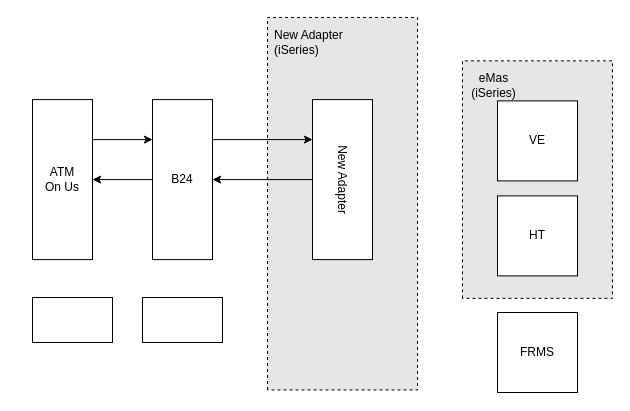
Above: Untitled Diagram.drawio in billyzard/hello-world (draw.io), before the change. Source tidied: cells renumbered, new cells numbered last; positions are measured from the earlier drawing's top-left corner, leaving out a move shared by most shapes. Both pictures are drawn from the tidied source at 100%, with x=0, y=0 at pixel (-18, 32).
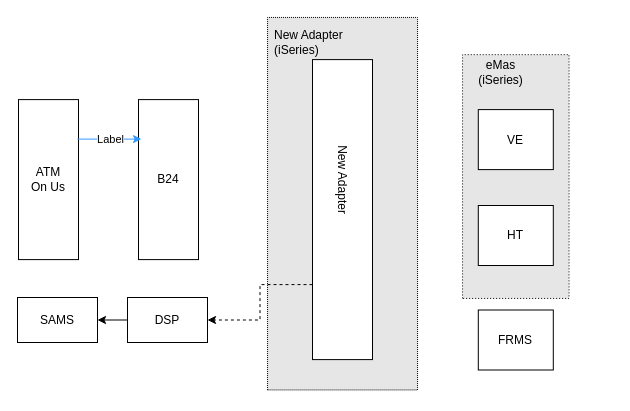
After the change.

Change to the diagram source:
```diff
@@
-    <mxCell id="2" style="rounded=0;whiteSpace=wrap;html=1;dashed=1;rotation=-90;fillColor=#E6E6E6;" parent="1" vertex="1">
+    <mxCell id="2" style="rounded=0;whiteSpace=wrap;html=1;dashed=1;rotation=-90;fillColor=#E6E6E6;dashPattern=1 1;" parent="1" vertex="1">
       <mxGeometry x="173.8" y="96.2" width="372.5" height="150" as="geometry" />
     </mxCell>
+    <mxCell id="4" style="rounded=0;whiteSpace=wrap;html=1;dashed=1;rotation=-90;fillColor=#E6E6E6;dashPattern=1 2;" parent="1" vertex="1">
+      <mxGeometry x="411.4" y="90.8" width="243.8" height="106.5" as="geometry" />
+    </mxCell>
@@
-    <mxCell id="4" style="rounded=0;whiteSpace=wrap;html=1;dashed=1;rotation=-90;fillColor=#E6E6E6;" parent="1" vertex="1">
-      <mxGeometry x="436.2" y="72.1" width="237.5" height="150" as="geometry" />
-    </mxCell>
-    <mxCell id="5" style="whiteSpace=wrap;html=1;" parent="1" vertex="1">
-      <mxGeometry x="515" y="68.4" width="80" height="80" as="geometry" />
-    </mxCell>
-    <mxCell id="6" style="whiteSpace=wrap;html=1;" parent="1" vertex="1">
-      <mxGeometry x="515" y="163.4" width="80" height="80" as="geometry" />
-    </mxCell>
-    <mxCell id="7" value="VE" style="text;html=1;strokeColor=none;fillColor=none;align=center;verticalAlign=middle;whiteSpace=wrap;rounded=0;" parent="1" vertex="1">
-      <mxGeometry x="535" y="98.4" width="40" height="20" as="geometry" />
-    </mxCell>
-    <mxCell id="8" value="HT" style="text;html=1;strokeColor=none;fillColor=none;align=center;verticalAlign=middle;whiteSpace=wrap;rounded=0;" parent="1" vertex="1">
-      <mxGeometry x="535" y="193.4" width="40" height="20" as="geometry" />
-    </mxCell>
     <mxCell id="9" value="eMas&lt;br&gt;(iSeries)" style="text;html=1;strokeColor=none;fillColor=none;align=center;verticalAlign=middle;whiteSpace=wrap;rounded=0;" parent="1" vertex="1">
-      <mxGeometry x="483.4" y="43.4" width="56.6" height="20" as="geometry" />
+      <mxGeometry x="489.6" y="30" width="56.6" height="20" as="geometry" />
     </mxCell>
-    <mxCell id="10" style="whiteSpace=wrap;html=1;" parent="1" vertex="1">
-      <mxGeometry x="515" y="280" width="80" height="80" as="geometry" />
-    </mxCell>
-    <mxCell id="11" value="FRMS" style="text;html=1;strokeColor=none;fillColor=none;align=center;verticalAlign=middle;whiteSpace=wrap;rounded=0;" parent="1" vertex="1">
-      <mxGeometry x="535" y="310" width="40" height="20" as="geometry" />
-    </mxCell>
-    <mxCell id="12" style="edgeStyle=orthogonalEdgeStyle;rounded=0;jettySize=auto;html=1;exitX=0.75;exitY=1;exitDx=0;exitDy=0;entryX=0.75;entryY=0;entryDx=0;entryDy=0;" parent="1" edge="1" source="13" target="16">
-      <mxGeometry relative="1" as="geometry" />
-    </mxCell>
     <mxCell id="13" style="rounded=0;whiteSpace=wrap;html=1;rotation=-90;" parent="1" vertex="1">
-      <mxGeometry y="117.1" width="160" height="60" as="geometry" />
+      <mxGeometry x="-14" y="117.1" width="160" height="60" as="geometry" />
     </mxCell>
-    <mxCell id="14" style="edgeStyle=orthogonalEdgeStyle;rounded=0;jettySize=auto;html=1;entryX=0.5;entryY=1;entryDx=0;entryDy=0;" parent="1" edge="1" source="16" target="13">
-      <mxGeometry relative="1" as="geometry" />
-    </mxCell>
-    <mxCell id="15" style="edgeStyle=orthogonalEdgeStyle;rounded=0;jettySize=auto;html=1;exitX=0.75;exitY=1;exitDx=0;exitDy=0;entryX=0.75;entryY=0;entryDx=0;entryDy=0;" parent="1" edge="1" source="16" target="22">
-      <mxGeometry relative="1" as="geometry" />
-    </mxCell>
     <mxCell id="16" style="rounded=0;whiteSpace=wrap;html=1;rotation=-90;" parent="1" vertex="1">
-      <mxGeometry x="120" y="117.1" width="160" height="60" as="geometry" />
+      <mxGeometry x="106" y="117.1" width="160" height="60" as="geometry" />
     </mxCell>
     <mxCell id="17" style="rounded=0;whiteSpace=wrap;html=1;" parent="1" vertex="1">
-      <mxGeometry x="50" y="265" width="80" height="45" as="geometry" />
+      <mxGeometry x="35" y="265" width="80" height="45" as="geometry" />
     </mxCell>
+    <mxCell id="24" style="edgeStyle=orthogonalEdgeStyle;rounded=0;jettySize=auto;html=1;exitX=0;exitY=0.5;exitDx=0;exitDy=0;entryX=1;entryY=0.5;entryDx=0;entryDy=0;" parent="1" edge="1" source="18" target="17">
+      <mxGeometry relative="1" as="geometry" />
+    </mxCell>
     <mxCell id="18" style="rounded=0;whiteSpace=wrap;html=1;" parent="1" vertex="1">
-      <mxGeometry x="160" y="265" width="80" height="45" as="geometry" />
+      <mxGeometry x="145" y="265" width="80" height="45" as="geometry" />
     </mxCell>
     <mxCell id="19" value="ATM&lt;br&gt;On Us" style="text;html=1;strokeColor=none;fillColor=none;align=center;verticalAlign=middle;whiteSpace=wrap;rounded=0;" parent="1" vertex="1">
-      <mxGeometry x="60" y="137.1" width="40" height="20" as="geometry" />
+      <mxGeometry x="46" y="137.1" width="40" height="20" as="geometry" />
     </mxCell>
     <mxCell id="20" value="B24" style="text;html=1;strokeColor=none;fillColor=none;align=center;verticalAlign=middle;whiteSpace=wrap;rounded=0;" parent="1" vertex="1">
-      <mxGeometry x="180" y="137.1" width="40" height="20" as="geometry" />
+      <mxGeometry x="166" y="137.1" width="40" height="20" as="geometry" />
     </mxCell>
-    <mxCell id="21" style="edgeStyle=orthogonalEdgeStyle;rounded=0;jettySize=auto;html=1;entryX=0.5;entryY=1;entryDx=0;entryDy=0;" parent="1" edge="1" source="22" target="16">
-      <mxGeometry relative="1" as="geometry" />
-    </mxCell>
+    <mxCell id="25" style="edgeStyle=orthogonalEdgeStyle;rounded=0;jettySize=auto;html=1;exitX=0.25;exitY=0;exitDx=0;exitDy=0;entryX=1;entryY=0.5;entryDx=0;entryDy=0;dashed=1;" parent="1" edge="1" source="22" target="18">
+      <mxGeometry relative="1" as="geometry" />
+    </mxCell>
     <mxCell id="22" style="rounded=0;whiteSpace=wrap;html=1;rotation=-90;" parent="1" vertex="1">
-      <mxGeometry x="280" y="117.1" width="160" height="60" as="geometry" />
+      <mxGeometry x="210" y="147.1" width="300" height="60" as="geometry" />
     </mxCell>
@@
+    <mxCell id="26" value="SAMS" style="text;html=1;strokeColor=none;fillColor=none;align=center;verticalAlign=middle;whiteSpace=wrap;rounded=0;" parent="1" vertex="1">
+      <mxGeometry x="55" y="277.5" width="40" height="20" as="geometry" />
+    </mxCell>
+    <mxCell id="27" value="DSP" style="text;html=1;strokeColor=none;fillColor=none;align=center;verticalAlign=middle;whiteSpace=wrap;rounded=0;" parent="1" vertex="1">
+      <mxGeometry x="165" y="277.5" width="40" height="20" as="geometry" />
+    </mxCell>
+    <mxCell id="28" style="rounded=0;whiteSpace=wrap;html=1;" parent="1" vertex="1">
+      <mxGeometry x="495.8" y="77.1" width="75" height="60" as="geometry" />
+    </mxCell>
+    <mxCell id="29" style="rounded=0;whiteSpace=wrap;html=1;" parent="1" vertex="1">
+      <mxGeometry x="495.8" y="173" width="75" height="60" as="geometry" />
+    </mxCell>
+    <mxCell id="30" style="rounded=0;whiteSpace=wrap;html=1;" parent="1" vertex="1">
+      <mxGeometry x="495.8" y="277.5" width="75" height="60" as="geometry" />
+    </mxCell>
+    <mxCell id="7" value="VE" style="text;html=1;strokeColor=none;fillColor=none;align=center;verticalAlign=middle;whiteSpace=wrap;rounded=0;" parent="1" vertex="1">
+      <mxGeometry x="513.3" y="98.4" width="40" height="20" as="geometry" />
+    </mxCell>
+    <mxCell id="8" value="HT" style="text;html=1;strokeColor=none;fillColor=none;align=center;verticalAlign=middle;whiteSpace=wrap;rounded=0;" parent="1" vertex="1">
+      <mxGeometry x="513.3" y="193" width="40" height="20" as="geometry" />
+    </mxCell>
+    <mxCell id="11" value="FRMS" style="text;html=1;strokeColor=none;fillColor=none;align=center;verticalAlign=middle;whiteSpace=wrap;rounded=0;" parent="1" vertex="1">
+      <mxGeometry x="513.3" y="297.5" width="40" height="20" as="geometry" />
+    </mxCell>
+    <mxCell id="31" style="endArrow=classic;html=1;strokeColor=#3399FF;" parent="1" edge="1">
+      <mxGeometry relative="1" as="geometry">
+        <mxPoint x="95" y="106.6" as="sourcePoint" />
+        <mxPoint x="159" y="106.6" as="targetPoint" />
+      </mxGeometry>
+    </mxCell>
+    <mxCell id="32" value="Label" style="edgeLabel;html=1;align=center;verticalAlign=middle;" parent="31" vertex="1">
+      <mxGeometry relative="1" as="geometry" />
+    </mxCell>
```
